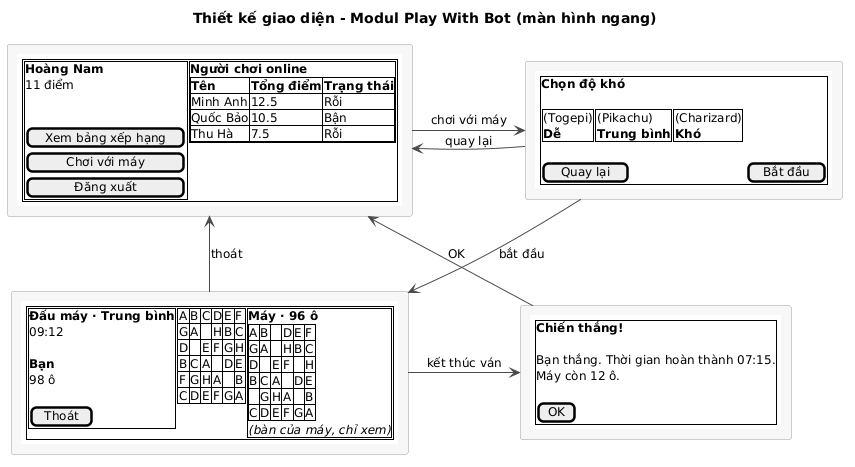
Earlier version of the PlantUML export docs/uml/pha3/ui-m2.png (VattenL/mobile-pikachu).
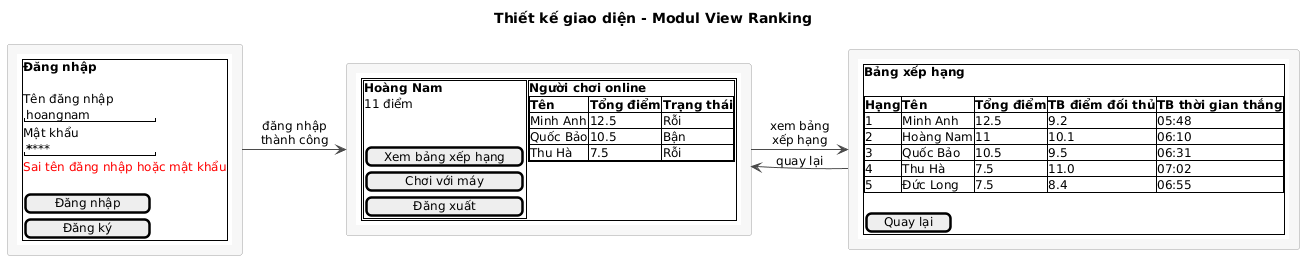
Above is the later version.

Change to the diagram source:
```diff
@@ -1,5 +1,5 @@
 @startuml
-title Thiết kế giao diện - Modul Play With Bot (màn hình ngang)
+title Thiết kế giao diện - Modul View Ranking
 
 skinparam shadowing false
 skinparam defaultFontSize 12
@@ -8,6 +8,23 @@
   BackgroundColor #F7F7F7
   BorderColor #9E9E9E
 }
+
+rectangle Login [
+{{salt
+{+
+  <b>Đăng nhập
+  .
+  Tên đăng nhập
+  "hoangnam        "
+  Mật khẩu
+  "********        "
+  <color:red>Sai tên đăng nhập hoặc mật khẩu
+  .
+  [   Đăng nhập   ]
+  [    Đăng ký    ]
+}
+}}
+]
 
 rectangle Main [
 {{salt
@@ -33,72 +50,26 @@
 }}
 ]
 
-rectangle Difficulty [
+rectangle Ranking [
 {{salt
 {+
-  <b>Chọn độ khó
+  <b>Bảng xếp hạng
   .
-  { {+ (Togepi)
-       <b>Dễ } | {+ (Pikachu)
-       <b>Trung bình } | {+ (Charizard)
-       <b>Khó } }
+  {#
+    <b>Hạng | <b>Tên | <b>Tổng điểm | <b>TB điểm đối thủ | <b>TB thời gian thắng
+    1 | Minh Anh | 12.5 | 9.2 | 05:48
+    2 | Hoàng Nam | 11 | 10.1 | 06:10
+    3 | Quốc Bảo | 10.5 | 9.5 | 06:31
+    4 | Thu Hà | 7.5 | 11.0 | 07:02
+    5 | Đức Long | 7.5 | 8.4 | 06:55
+  }
   .
-  [ Quay lại ] | [ Bắt đầu ]
+  [ Quay lại ]
 }
 }}
 ]
 
-rectangle Game [
-{{salt
-{+
-  { {+
-      <b>Đấu máy · Trung bình
-      09:12
-      .
-      <b>Bạn
-      98 ô
-      .
-      [ Thoát ]
-    } | {#
-      A | B | C | D | E | F
-      G | A | . | H | B | C
-      D | . | E | F | G | H
-      B | C | A | . | D | E
-      F | G | H | A | . | B
-      C | D | E | F | G | A
-    } | {+
-      <b>Máy · 96 ô
-      {#
-        A | B | . | D | E | F
-        G | A | . | H | B | C
-        D | . | E | F | . | H
-        B | C | A | . | D | E
-        . | G | H | A | . | B
-        C | D | E | F | G | A
-      }
-      <i>(bàn của máy, chỉ xem)
-    } }
-}
-}}
-]
-
-rectangle Result [
-{{salt
-{+
-  <b>Chiến thắng!
-  .
-  Bạn thắng. Thời gian hoàn thành 07:15.
-  Máy còn 12 ô.
-  .
-  [ OK ]
-}
-}}
-]
-
-Main -right-> Difficulty : chơi với máy
-Difficulty -left-> Main : quay lại
-Difficulty -down-> Game : bắt đầu
-Game -right-> Result : kết thúc ván
-Game -up-> Main : thoát
-Result -up-> Main : OK
+Login -right-> Main : đăng nhập\nthành công
+Main -right-> Ranking : xem bảng\nxếp hạng
+Ranking -left-> Main : quay lại
 @enduml
```
